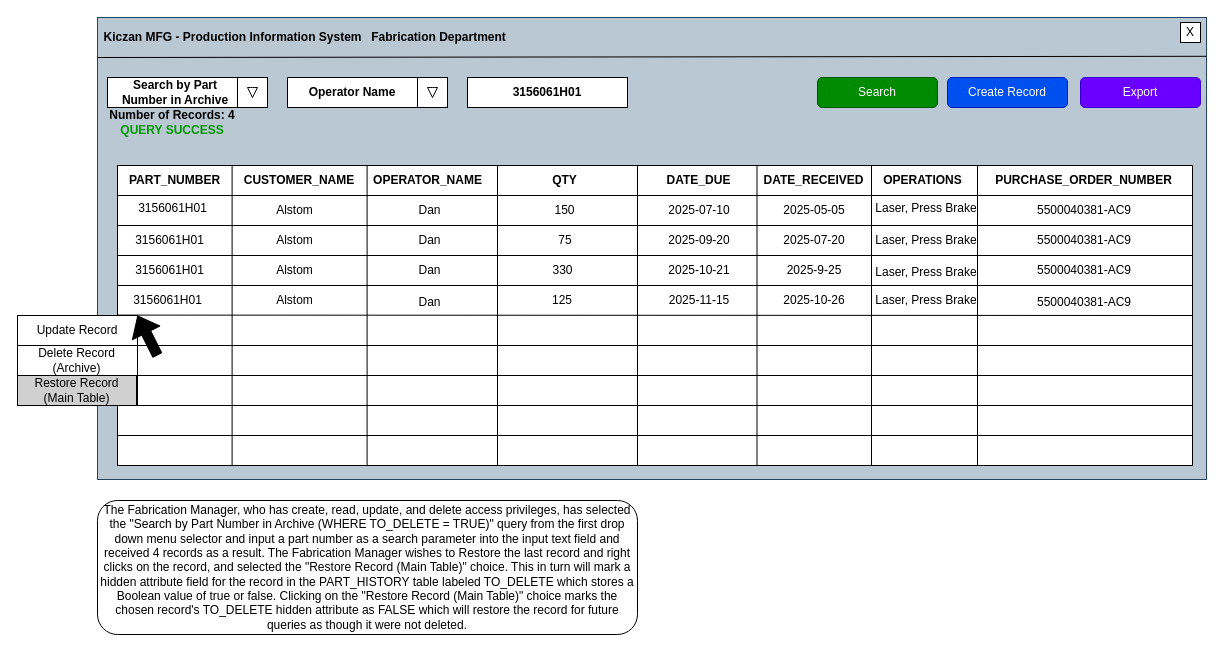
Earlier version of the draw.io diagram Main User Interface Wireframe Search By Part Number RESTORE.drawio (JrST90/Team2CapstoneProject). Source tidied: cells renumbered, new cells numbered last; positions are measured from the earlier drawing's top-left corner, leaving out a move shared by most shapes. Both pictures are drawn from the tidied source at 100%, with x=0, y=0 at pixel (17, 17).
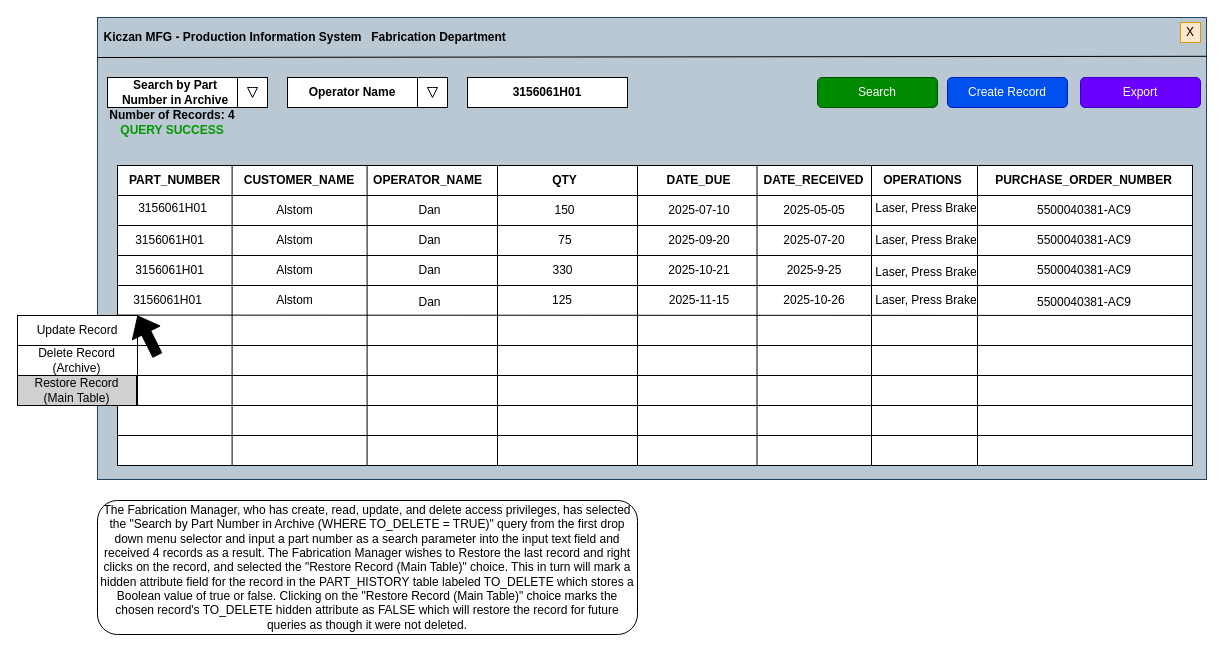
After the change.

Commit message (it also covers changes not shown here):
11/9/2025:  Updates to Wireframe and document

11/9/2025: Updated RESTORE wireframe to match color scheme, added "Search by Part Number in Archive" to selector, added query success indicator to record counter. Added updated RESTORE wireframe to main document.

The edit, as a diff of the source:
```diff
@@
-    <mxCell id="4" value="X" style="whiteSpace=wrap;html=1;" parent="1" vertex="1">
+    <mxCell id="4" value="X" style="whiteSpace=wrap;html=1;fillColor=#ffe6cc;strokeColor=#d79b00;" parent="1" vertex="1">
       <mxGeometry x="1163" y="5" width="20" height="20" as="geometry" />
     </mxCell>
```
